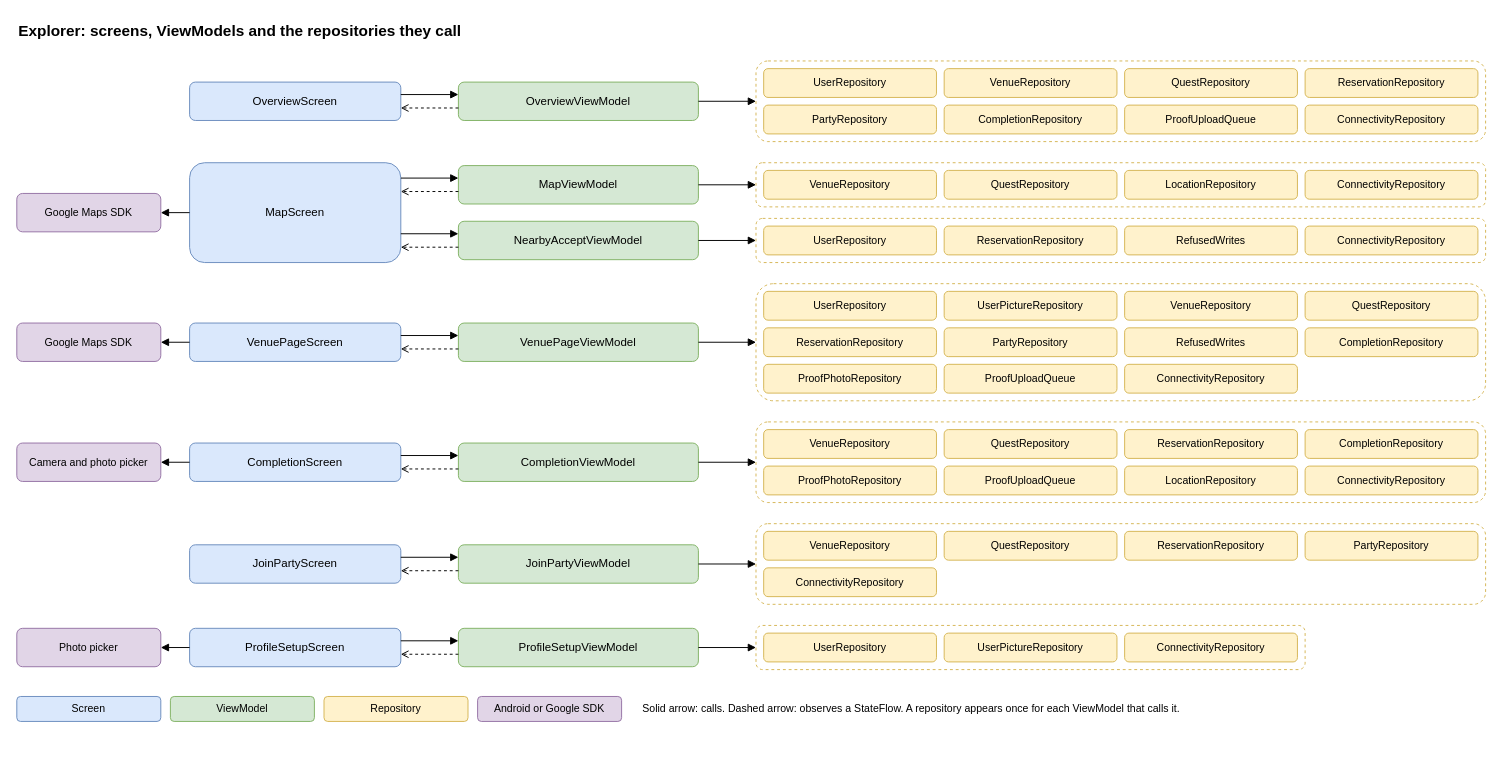
AroundTeam2026/AroundApp keeps this draw.io diagram as page "Explorer" (2 of 6) of docs/architecture/around-architecture-diagram-editable.drawio. Above is the earlier version. Source tidied: cells renumbered, new cells numbered last; positions are measured from the earlier drawing's top-left corner, leaving out a move shared by most shapes. Both pictures are drawn from the tidied source at 96%, with x=0, y=0 at pixel (16, 16).
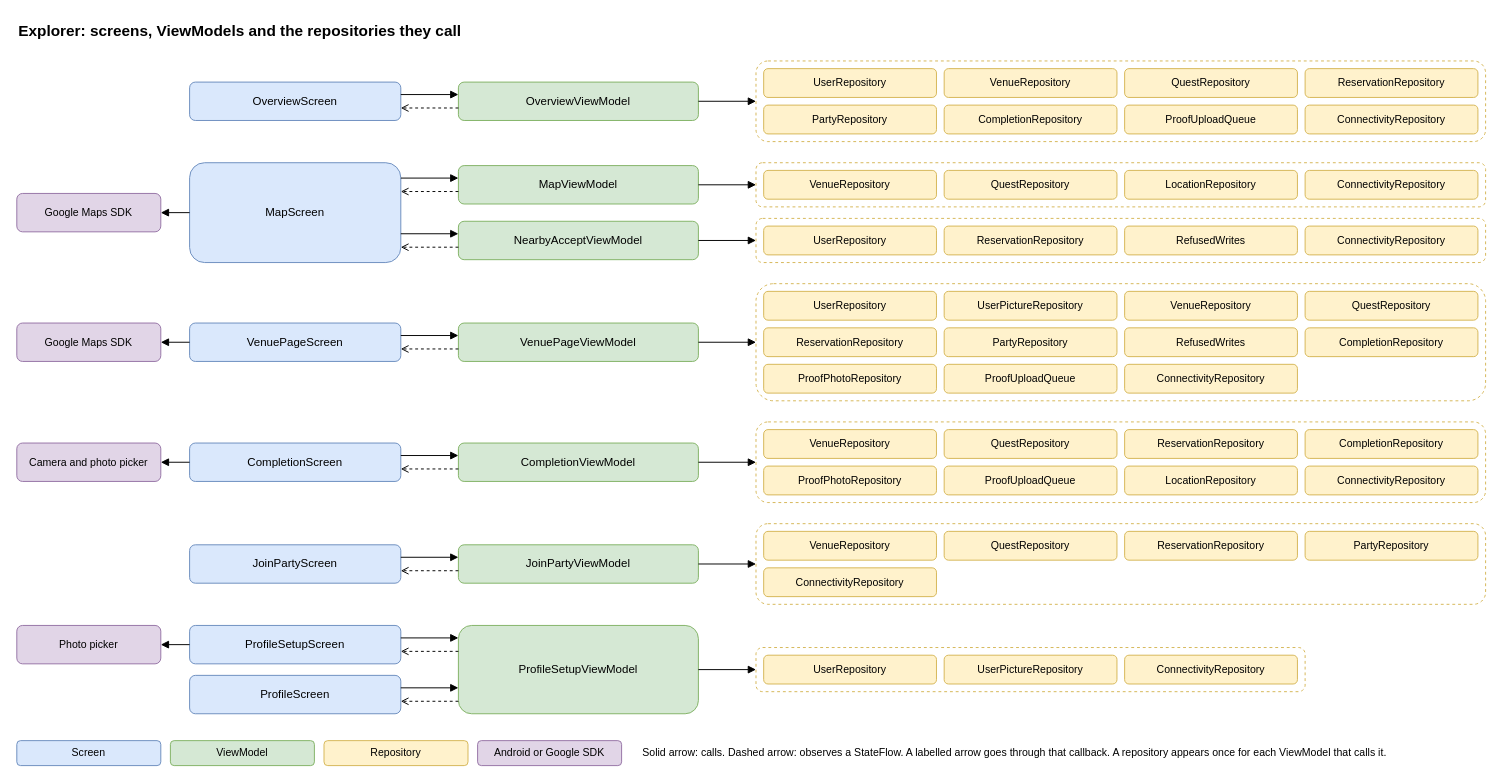
The same page after the edit.

Commit message (it also covers changes not shown here):
docs(architecture): show sign-out through onSignOut

ProfileScreen and VenueProfileScreen don't hold ProfileViewModel:
each gets an onSignOut callback, and ProfileViewModel has no
StateFlow to observe. Label those arrows onSignOut and drop the
dashed ones, as asked in review. ProfileScreen is also given
ProfileSetupViewModel, so the Explorer image now links it too.

Change to the diagram source:
```diff
@@
     <mxCell id="84" value="ProfileSetupViewModel" style="rounded=1;whiteSpace=wrap;html=1;fontSize=12;spacing=2;fillColor=#d5e8d4;strokeColor=#82b366;" parent="1" vertex="1">
-      <mxGeometry x="460" y="637" width="250" height="40" as="geometry" />
+      <mxGeometry x="460" y="634" width="250" height="92" as="geometry" />
     </mxCell>
     <mxCell id="85" style="rounded=1;whiteSpace=wrap;html=1;fillColor=#ffffff;strokeColor=#d6b656;dashed=1;" parent="1" vertex="1">
-      <mxGeometry x="770" y="634" width="572" height="46" as="geometry" />
+      <mxGeometry x="770" y="657" width="572" height="46" as="geometry" />
     </mxCell>
@@
     <mxCell id="90" value="ProfileSetupScreen" style="rounded=1;whiteSpace=wrap;html=1;fontSize=12;spacing=2;fillColor=#dae8fc;strokeColor=#6c8ebf;" parent="1" vertex="1">
-      <mxGeometry x="180" y="637" width="220" height="40" as="geometry" />
+      <mxGeometry x="180" y="634" width="220" height="40" as="geometry" />
     </mxCell>
-    <mxCell id="91" style="edgeStyle=orthogonalEdgeStyle;rounded=1;html=1;endArrow=block;endFill=1;jumpStyle=arc;jumpSize=6;exitX=1;exitY=0.325;exitDx=0;exitDy=0;entryX=0;entryY=0.325;entryDx=0;entryDy=0;" parent="1" edge="1" source="90" target="84">
+    <mxCell id="91" style="edgeStyle=orthogonalEdgeStyle;rounded=1;html=1;endArrow=block;endFill=1;jumpStyle=arc;jumpSize=6;exitX=1;exitY=0.325;exitDx=0;exitDy=0;entryX=0;entryY=0.1413;entryDx=0;entryDy=0;" parent="1" edge="1" source="90" target="84">
       <mxGeometry relative="1" as="geometry" />
     </mxCell>
-    <mxCell id="92" style="edgeStyle=orthogonalEdgeStyle;rounded=1;html=1;endArrow=block;endFill=1;jumpStyle=arc;jumpSize=6;dashed=1;endArrow=open;endFill=0;exitX=0;exitY=0.675;exitDx=0;exitDy=0;entryX=1;entryY=0.675;entryDx=0;entryDy=0;" parent="1" edge="1" source="84" target="90">
+    <mxCell id="92" style="edgeStyle=orthogonalEdgeStyle;rounded=1;html=1;endArrow=block;endFill=1;jumpStyle=arc;jumpSize=6;dashed=1;endArrow=open;endFill=0;exitX=0;exitY=0.2935;exitDx=0;exitDy=0;entryX=1;entryY=0.675;entryDx=0;entryDy=0;" parent="1" edge="1" source="84" target="90">
       <mxGeometry relative="1" as="geometry" />
     </mxCell>
     <mxCell id="93" value="Photo picker" style="rounded=1;whiteSpace=wrap;html=1;fontSize=11;spacing=2;fillColor=#e1d5e7;strokeColor=#9673a6;" parent="1" vertex="1">
-      <mxGeometry y="637" width="150" height="40" as="geometry" />
+      <mxGeometry y="634" width="150" height="40" as="geometry" />
     </mxCell>
@@
-    <mxCell id="95" value="Screen" style="rounded=1;whiteSpace=wrap;html=1;fontSize=11;spacing=2;fillColor=#dae8fc;strokeColor=#6c8ebf;" parent="1" vertex="1">
-      <mxGeometry y="708" width="150" height="26" as="geometry" />
+    <mxCell id="95" value="ProfileScreen" style="rounded=1;whiteSpace=wrap;html=1;fontSize=12;spacing=2;fillColor=#dae8fc;strokeColor=#6c8ebf;" parent="1" vertex="1">
+      <mxGeometry x="180" y="686" width="220" height="40" as="geometry" />
     </mxCell>
-    <mxCell id="96" value="ViewModel" style="rounded=1;whiteSpace=wrap;html=1;fontSize=11;spacing=2;fillColor=#d5e8d4;strokeColor=#82b366;" parent="1" vertex="1">
-      <mxGeometry x="160" y="708" width="150" height="26" as="geometry" />
+    <mxCell id="96" style="edgeStyle=orthogonalEdgeStyle;rounded=1;html=1;endArrow=block;endFill=1;jumpStyle=arc;jumpSize=6;exitX=1;exitY=0.325;exitDx=0;exitDy=0;entryX=0;entryY=0.7065;entryDx=0;entryDy=0;" parent="1" edge="1" source="95" target="84">
+      <mxGeometry relative="1" as="geometry" />
     </mxCell>
-    <mxCell id="97" value="Repository" style="rounded=1;whiteSpace=wrap;html=1;fontSize=11;spacing=2;fillColor=#fff2cc;strokeColor=#d6b656;" parent="1" vertex="1">
-      <mxGeometry x="320" y="708" width="150" height="26" as="geometry" />
+    <mxCell id="97" style="edgeStyle=orthogonalEdgeStyle;rounded=1;html=1;endArrow=block;endFill=1;jumpStyle=arc;jumpSize=6;dashed=1;endArrow=open;endFill=0;exitX=0;exitY=0.8587;exitDx=0;exitDy=0;entryX=1;entryY=0.675;entryDx=0;entryDy=0;" parent="1" edge="1" source="84" target="95">
+      <mxGeometry relative="1" as="geometry" />
     </mxCell>
-    <mxCell id="98" value="Android or Google SDK" style="rounded=1;whiteSpace=wrap;html=1;fontSize=11;spacing=2;fillColor=#e1d5e7;strokeColor=#9673a6;" parent="1" vertex="1">
-      <mxGeometry x="480" y="708" width="150" height="26" as="geometry" />
+    <mxCell id="98" value="Screen" style="rounded=1;whiteSpace=wrap;html=1;fontSize=11;spacing=2;fillColor=#dae8fc;strokeColor=#6c8ebf;" parent="1" vertex="1">
+      <mxGeometry y="754" width="150" height="26" as="geometry" />
     </mxCell>
-    <mxCell id="99" value="Solid arrow: calls. Dashed arrow: observes a StateFlow. A repository appears once for each ViewModel that calls it." style="text;html=1;align=left;verticalAlign=middle;fontSize=11;" parent="1" vertex="1">
-      <mxGeometry x="650" y="708" width="700" height="26" as="geometry" />
+    <mxCell id="99" value="ViewModel" style="rounded=1;whiteSpace=wrap;html=1;fontSize=11;spacing=2;fillColor=#d5e8d4;strokeColor=#82b366;" parent="1" vertex="1">
+      <mxGeometry x="160" y="754" width="150" height="26" as="geometry" />
     </mxCell>
+    <mxCell id="100" value="Repository" style="rounded=1;whiteSpace=wrap;html=1;fontSize=11;spacing=2;fillColor=#fff2cc;strokeColor=#d6b656;" parent="1" vertex="1">
+      <mxGeometry x="320" y="754" width="150" height="26" as="geometry" />
+    </mxCell>
+    <mxCell id="101" value="Android or Google SDK" style="rounded=1;whiteSpace=wrap;html=1;fontSize=11;spacing=2;fillColor=#e1d5e7;strokeColor=#9673a6;" parent="1" vertex="1">
+      <mxGeometry x="480" y="754" width="150" height="26" as="geometry" />
+    </mxCell>
+    <mxCell id="102" value="Solid arrow: calls. Dashed arrow: observes a StateFlow. A labelled arrow goes through that callback. A repository appears once for each ViewModel that calls it." style="text;html=1;align=left;verticalAlign=middle;fontSize=11;" parent="1" vertex="1">
+      <mxGeometry x="650" y="754" width="700" height="26" as="geometry" />
+    </mxCell>
```
